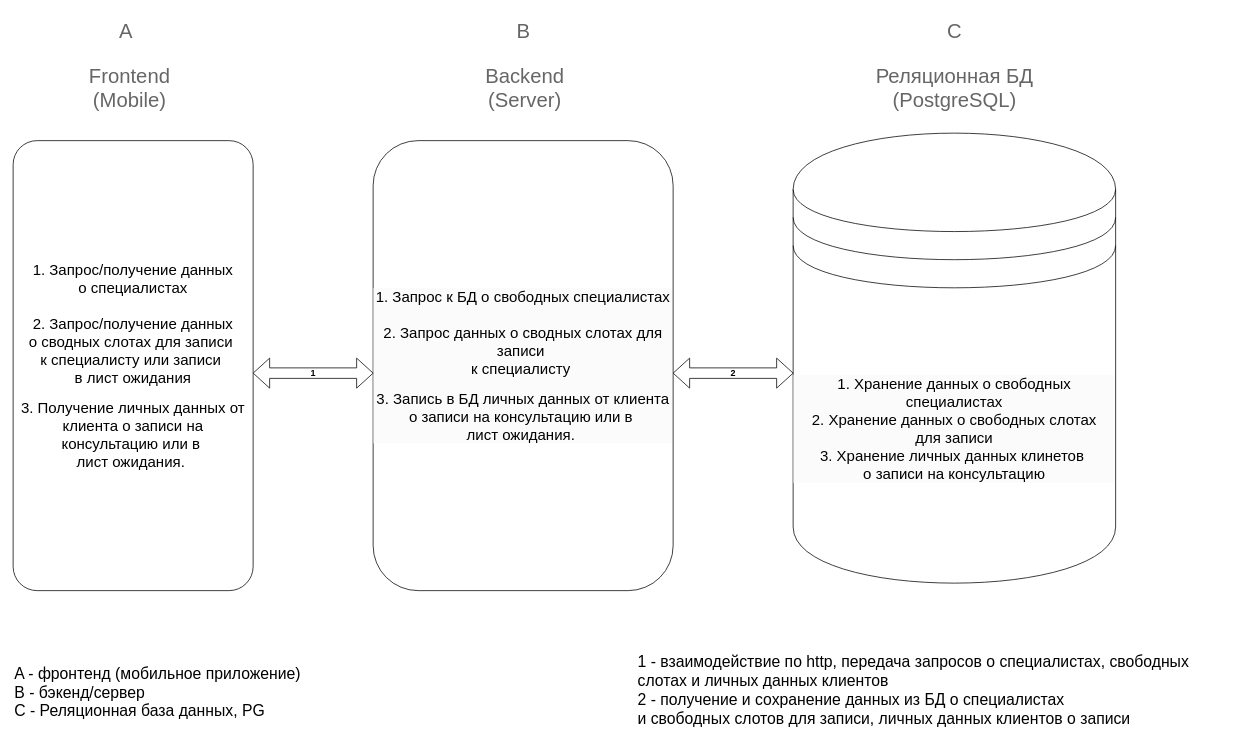
Earlier version of the draw.io diagram Polikarpov_Denis/Архитектура.drawio (abdullahproff/BSA21_1). Source tidied: cells renumbered, new cells numbered last; positions are measured from the earlier drawing's top-left corner, leaving out a move shared by most shapes. Both pictures are drawn from the tidied source at 75%, with x=0, y=0 at pixel (13, 13).
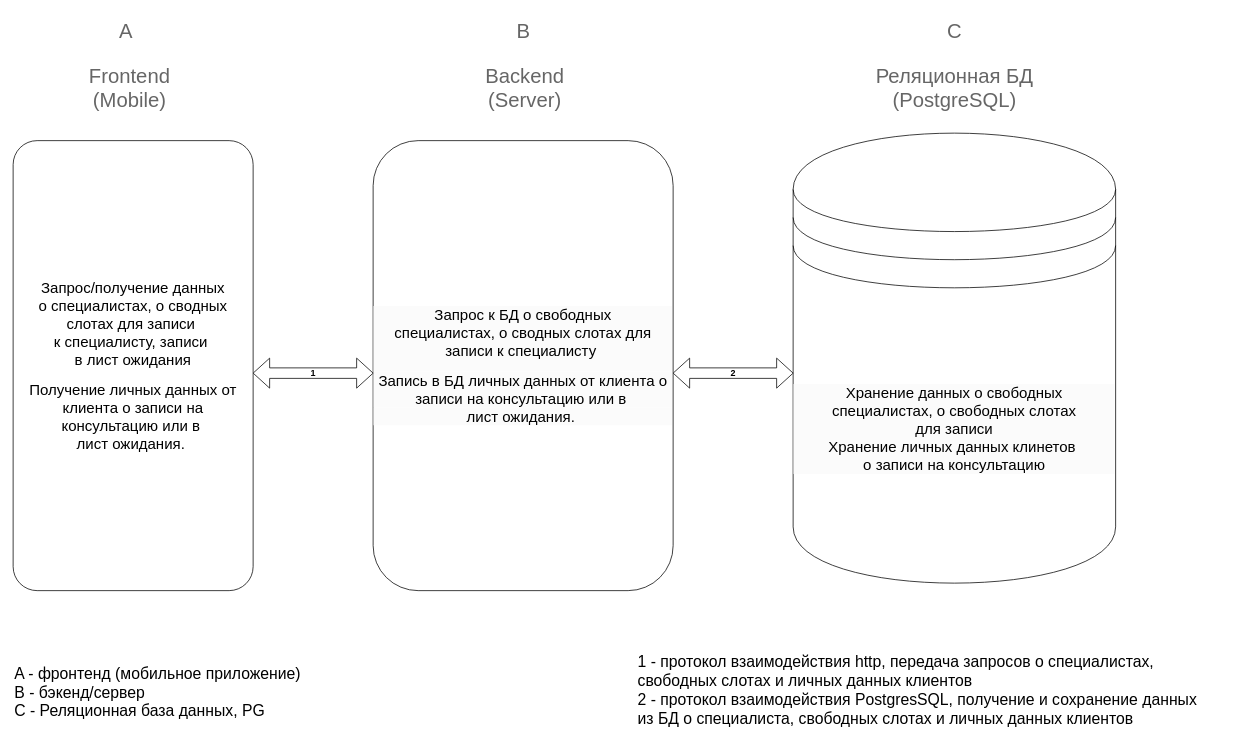
The same page after the edit.

Change to the diagram source:
```diff
@@
 <mxGraphModel>
   <root>
     <mxCell id="0" />
     <mxCell id="1" parent="0" />
-    <mxCell id="2" value="&lt;div&gt;&lt;font style=&quot;font-size: 20px;&quot;&gt;1. Запрос/получение данных&lt;/font&gt;&lt;/div&gt;&lt;div&gt;&lt;font style=&quot;font-size: 20px;&quot;&gt;о специалистах&lt;/font&gt;&lt;/div&gt;&lt;div&gt;&lt;font style=&quot;font-size: 20px;&quot;&gt;&lt;br&gt;&lt;/font&gt;&lt;/div&gt;&lt;div&gt;&lt;font style=&quot;font-size: 20px;&quot;&gt;2. Запрос/получение данных&lt;/font&gt;&lt;/div&gt;&lt;div&gt;&lt;font style=&quot;font-size: 20px;&quot;&gt;о сводных слотах для записи&amp;nbsp;&lt;/font&gt;&lt;/div&gt;&lt;div&gt;&lt;font style=&quot;font-size: 20px;&quot;&gt;к специалисту или записи&amp;nbsp;&lt;/font&gt;&lt;/div&gt;&lt;div&gt;&lt;span style=&quot;font-size: 20px; background-color: initial;&quot;&gt;в лист ожидания&lt;/span&gt;&lt;/div&gt;&lt;div&gt;&lt;br&gt;&lt;/div&gt;&lt;div&gt;&lt;font style=&quot;font-size: 20px;&quot;&gt;3. Получение личных данных от клиента о записи на консультацию или в&amp;nbsp;&lt;/font&gt;&lt;/div&gt;&lt;div&gt;&lt;font style=&quot;font-size: 20px;&quot;&gt;лист ожидания.&amp;nbsp;&lt;/font&gt;&lt;/div&gt;" style="rounded=1;whiteSpace=wrap;html=1;arcSize=10;" parent="1" vertex="1">
+    <mxCell id="2" value="&lt;div&gt;&lt;font style=&quot;font-size: 20px;&quot;&gt;Запрос/получение данных&lt;/font&gt;&lt;/div&gt;&lt;div&gt;&lt;font style=&quot;font-size: 20px;&quot;&gt;о специалистах,&amp;nbsp;&lt;/font&gt;&lt;span style=&quot;background-color: initial; font-size: 20px;&quot;&gt;о сводных слотах для записи&amp;nbsp;&lt;/span&gt;&lt;/div&gt;&lt;div&gt;&lt;font style=&quot;font-size: 20px;&quot;&gt;к специалисту, записи&amp;nbsp;&lt;/font&gt;&lt;/div&gt;&lt;div&gt;&lt;span style=&quot;font-size: 20px; background-color: initial;&quot;&gt;в лист ожидания&lt;/span&gt;&lt;/div&gt;&lt;div&gt;&lt;br&gt;&lt;/div&gt;&lt;div&gt;&lt;font style=&quot;font-size: 20px;&quot;&gt;Получение личных данных от клиента о записи на консультацию или в&amp;nbsp;&lt;/font&gt;&lt;/div&gt;&lt;div&gt;&lt;font style=&quot;font-size: 20px;&quot;&gt;лист ожидания.&amp;nbsp;&lt;/font&gt;&lt;/div&gt;" style="rounded=1;whiteSpace=wrap;html=1;arcSize=10;" parent="1" vertex="1">
       <mxGeometry y="170" width="320" height="600" as="geometry" />
     </mxCell>
-    <mxCell id="3" value="&lt;br&gt;&lt;div style=&quot;forced-color-adjust: none; color: rgb(0, 0, 0); font-family: Helvetica; font-size: 12px; font-style: normal; font-variant-ligatures: normal; font-variant-caps: normal; font-weight: 400; letter-spacing: normal; orphans: 2; text-align: center; text-indent: 0px; text-transform: none; widows: 2; word-spacing: 0px; -webkit-text-stroke-width: 0px; white-space: normal; background-color: rgb(251, 251, 251); text-decoration-thickness: initial; text-decoration-style: initial; text-decoration-color: initial;&quot;&gt;&lt;font style=&quot;forced-color-adjust: none; font-size: 20px;&quot;&gt;1. Запрос к БД о свободных специалистах&lt;/font&gt;&lt;/div&gt;&lt;div style=&quot;forced-color-adjust: none; color: rgb(0, 0, 0); font-family: Helvetica; font-size: 12px; font-style: normal; font-variant-ligatures: normal; font-variant-caps: normal; font-weight: 400; letter-spacing: normal; orphans: 2; text-align: center; text-indent: 0px; text-transform: none; widows: 2; word-spacing: 0px; -webkit-text-stroke-width: 0px; white-space: normal; background-color: rgb(251, 251, 251); text-decoration-thickness: initial; text-decoration-style: initial; text-decoration-color: initial;&quot;&gt;&lt;font style=&quot;forced-color-adjust: none; font-size: 20px;&quot;&gt;&lt;br&gt;&lt;/font&gt;&lt;/div&gt;&lt;div style=&quot;forced-color-adjust: none; color: rgb(0, 0, 0); font-family: Helvetica; font-size: 12px; font-style: normal; font-variant-ligatures: normal; font-variant-caps: normal; font-weight: 400; letter-spacing: normal; orphans: 2; text-align: center; text-indent: 0px; text-transform: none; widows: 2; word-spacing: 0px; -webkit-text-stroke-width: 0px; white-space: normal; background-color: rgb(251, 251, 251); text-decoration-thickness: initial; text-decoration-style: initial; text-decoration-color: initial;&quot;&gt;&lt;font style=&quot;forced-color-adjust: none; font-size: 20px;&quot;&gt;2. Запрос данных о&lt;/font&gt;&lt;span style=&quot;font-size: 20px;&quot;&gt;&amp;nbsp;сводных слотах для записи&amp;nbsp;&lt;/span&gt;&lt;/div&gt;&lt;div style=&quot;forced-color-adjust: none; color: rgb(0, 0, 0); font-family: Helvetica; font-size: 12px; font-style: normal; font-variant-ligatures: normal; font-variant-caps: normal; font-weight: 400; letter-spacing: normal; orphans: 2; text-align: center; text-indent: 0px; text-transform: none; widows: 2; word-spacing: 0px; -webkit-text-stroke-width: 0px; white-space: normal; background-color: rgb(251, 251, 251); text-decoration-thickness: initial; text-decoration-style: initial; text-decoration-color: initial;&quot;&gt;&lt;font style=&quot;forced-color-adjust: none; font-size: 20px;&quot;&gt;к специалисту&amp;nbsp;&lt;/font&gt;&lt;/div&gt;&lt;div style=&quot;forced-color-adjust: none; color: rgb(0, 0, 0); font-family: Helvetica; font-size: 12px; font-style: normal; font-variant-ligatures: normal; font-variant-caps: normal; font-weight: 400; letter-spacing: normal; orphans: 2; text-align: center; text-indent: 0px; text-transform: none; widows: 2; word-spacing: 0px; -webkit-text-stroke-width: 0px; white-space: normal; background-color: rgb(251, 251, 251); text-decoration-thickness: initial; text-decoration-style: initial; text-decoration-color: initial;&quot;&gt;&lt;br style=&quot;forced-color-adjust: none;&quot;&gt;&lt;/div&gt;&lt;div style=&quot;forced-color-adjust: none; color: rgb(0, 0, 0); font-family: Helvetica; font-size: 12px; font-style: normal; font-variant-ligatures: normal; font-variant-caps: normal; font-weight: 400; letter-spacing: normal; orphans: 2; text-align: center; text-indent: 0px; text-transform: none; widows: 2; word-spacing: 0px; -webkit-text-stroke-width: 0px; white-space: normal; background-color: rgb(251, 251, 251); text-decoration-thickness: initial; text-decoration-style: initial; text-decoration-color: initial;&quot;&gt;&lt;font style=&quot;forced-color-adjust: none; font-size: 20px;&quot;&gt;3. Запись в БД личных данных от клиента о записи на консультацию или в&amp;nbsp;&lt;/font&gt;&lt;/div&gt;&lt;div style=&quot;forced-color-adjust: none; color: rgb(0, 0, 0); font-family: Helvetica; font-size: 12px; font-style: normal; font-variant-ligatures: normal; font-variant-caps: normal; font-weight: 400; letter-spacing: normal; orphans: 2; text-align: center; text-indent: 0px; text-transform: none; widows: 2; word-spacing: 0px; -webkit-text-stroke-width: 0px; white-space: normal; background-color: rgb(251, 251, 251); text-decoration-thickness: initial; text-decoration-style: initial; text-decoration-color: initial;&quot;&gt;&lt;font style=&quot;forced-color-adjust: none; font-size: 20px;&quot;&gt;лист ожидания.&amp;nbsp;&lt;/font&gt;&lt;/div&gt;&lt;div&gt;&lt;br/&gt;&lt;/div&gt;" style="rounded=1;whiteSpace=wrap;html=1;align=center;" parent="1" vertex="1">
+    <mxCell id="3" value="&lt;br&gt;&lt;div style=&quot;forced-color-adjust: none; color: rgb(0, 0, 0); font-family: Helvetica; font-size: 12px; font-style: normal; font-variant-ligatures: normal; font-variant-caps: normal; font-weight: 400; letter-spacing: normal; orphans: 2; text-align: center; text-indent: 0px; text-transform: none; widows: 2; word-spacing: 0px; -webkit-text-stroke-width: 0px; white-space: normal; background-color: rgb(251, 251, 251); text-decoration-thickness: initial; text-decoration-style: initial; text-decoration-color: initial;&quot;&gt;&lt;font style=&quot;forced-color-adjust: none; font-size: 20px;&quot;&gt;Запрос к БД о свободных специалистах,&amp;nbsp;&lt;/font&gt;&lt;font style=&quot;font-size: 20px;&quot;&gt;о&lt;/font&gt;&lt;span style=&quot;font-size: 20px;&quot;&gt;&amp;nbsp;сводных слотах для записи&amp;nbsp;&lt;/span&gt;&lt;span style=&quot;font-size: 20px;&quot;&gt;к специалисту&amp;nbsp;&lt;/span&gt;&lt;/div&gt;&lt;div style=&quot;forced-color-adjust: none; color: rgb(0, 0, 0); font-family: Helvetica; font-size: 12px; font-style: normal; font-variant-ligatures: normal; font-variant-caps: normal; font-weight: 400; letter-spacing: normal; orphans: 2; text-align: center; text-indent: 0px; text-transform: none; widows: 2; word-spacing: 0px; -webkit-text-stroke-width: 0px; white-space: normal; background-color: rgb(251, 251, 251); text-decoration-thickness: initial; text-decoration-style: initial; text-decoration-color: initial;&quot;&gt;&lt;br style=&quot;forced-color-adjust: none;&quot;&gt;&lt;/div&gt;&lt;div style=&quot;forced-color-adjust: none; color: rgb(0, 0, 0); font-family: Helvetica; font-size: 12px; font-style: normal; font-variant-ligatures: normal; font-variant-caps: normal; font-weight: 400; letter-spacing: normal; orphans: 2; text-align: center; text-indent: 0px; text-transform: none; widows: 2; word-spacing: 0px; -webkit-text-stroke-width: 0px; white-space: normal; background-color: rgb(251, 251, 251); text-decoration-thickness: initial; text-decoration-style: initial; text-decoration-color: initial;&quot;&gt;&lt;font style=&quot;forced-color-adjust: none; font-size: 20px;&quot;&gt;Запись в БД личных данных от клиента о записи на консультацию или в&amp;nbsp;&lt;/font&gt;&lt;/div&gt;&lt;div style=&quot;forced-color-adjust: none; color: rgb(0, 0, 0); font-family: Helvetica; font-size: 12px; font-style: normal; font-variant-ligatures: normal; font-variant-caps: normal; font-weight: 400; letter-spacing: normal; orphans: 2; text-align: center; text-indent: 0px; text-transform: none; widows: 2; word-spacing: 0px; -webkit-text-stroke-width: 0px; white-space: normal; background-color: rgb(251, 251, 251); text-decoration-thickness: initial; text-decoration-style: initial; text-decoration-color: initial;&quot;&gt;&lt;font style=&quot;forced-color-adjust: none; font-size: 20px;&quot;&gt;лист ожидания.&amp;nbsp;&lt;/font&gt;&lt;/div&gt;&lt;div&gt;&lt;br&gt;&lt;/div&gt;" style="rounded=1;whiteSpace=wrap;html=1;align=center;" parent="1" vertex="1">
       <mxGeometry x="480" y="170" width="400" height="600" as="geometry" />
     </mxCell>
-    <mxCell id="4" value="&lt;br&gt;&lt;div style=&quot;forced-color-adjust: none; color: rgb(0, 0, 0); font-family: Helvetica; font-style: normal; font-variant-ligatures: normal; font-variant-caps: normal; font-weight: 400; letter-spacing: normal; orphans: 2; text-align: center; text-indent: 0px; text-transform: none; widows: 2; word-spacing: 0px; -webkit-text-stroke-width: 0px; white-space: normal; text-decoration-thickness: initial; text-decoration-style: initial; text-decoration-color: initial; background-color: rgb(251, 251, 251);&quot;&gt;&lt;span style=&quot;font-size: 20px;&quot;&gt;1. Хранение данных о свободных специалистах&lt;/span&gt;&lt;/div&gt;&lt;div style=&quot;forced-color-adjust: none; color: rgb(0, 0, 0); font-family: Helvetica; font-style: normal; font-variant-ligatures: normal; font-variant-caps: normal; font-weight: 400; letter-spacing: normal; orphans: 2; text-align: center; text-indent: 0px; text-transform: none; widows: 2; word-spacing: 0px; -webkit-text-stroke-width: 0px; white-space: normal; text-decoration-thickness: initial; text-decoration-style: initial; text-decoration-color: initial; background-color: rgb(251, 251, 251);&quot;&gt;&lt;span style=&quot;font-size: 20px;&quot;&gt;2. Хранение данных о свободных слотах&lt;/span&gt;&lt;/div&gt;&lt;div style=&quot;forced-color-adjust: none; color: rgb(0, 0, 0); font-family: Helvetica; font-style: normal; font-variant-ligatures: normal; font-variant-caps: normal; font-weight: 400; letter-spacing: normal; orphans: 2; text-align: center; text-indent: 0px; text-transform: none; widows: 2; word-spacing: 0px; -webkit-text-stroke-width: 0px; white-space: normal; text-decoration-thickness: initial; text-decoration-style: initial; text-decoration-color: initial; background-color: rgb(251, 251, 251);&quot;&gt;&lt;span style=&quot;font-size: 20px;&quot;&gt;для записи&lt;/span&gt;&lt;/div&gt;&lt;div style=&quot;forced-color-adjust: none; color: rgb(0, 0, 0); font-family: Helvetica; font-style: normal; font-variant-ligatures: normal; font-variant-caps: normal; font-weight: 400; letter-spacing: normal; orphans: 2; text-align: center; text-indent: 0px; text-transform: none; widows: 2; word-spacing: 0px; -webkit-text-stroke-width: 0px; white-space: normal; text-decoration-thickness: initial; text-decoration-style: initial; text-decoration-color: initial; background-color: rgb(251, 251, 251);&quot;&gt;&lt;span style=&quot;font-size: 20px;&quot;&gt;3. Хранение личных данных клинетов&amp;nbsp;&lt;/span&gt;&lt;/div&gt;&lt;div style=&quot;forced-color-adjust: none; color: rgb(0, 0, 0); font-family: Helvetica; font-style: normal; font-variant-ligatures: normal; font-variant-caps: normal; font-weight: 400; letter-spacing: normal; orphans: 2; text-align: center; text-indent: 0px; text-transform: none; widows: 2; word-spacing: 0px; -webkit-text-stroke-width: 0px; white-space: normal; text-decoration-thickness: initial; text-decoration-style: initial; text-decoration-color: initial; background-color: rgb(251, 251, 251);&quot;&gt;&lt;span style=&quot;font-size: 20px;&quot;&gt;о записи на консультацию&lt;/span&gt;&lt;/div&gt;&lt;div&gt;&lt;br/&gt;&lt;/div&gt;" style="shape=datastore;whiteSpace=wrap;html=1;" parent="1" vertex="1">
+    <mxCell id="4" value="&lt;br&gt;&lt;div style=&quot;forced-color-adjust: none; color: rgb(0, 0, 0); font-family: Helvetica; font-style: normal; font-variant-ligatures: normal; font-variant-caps: normal; font-weight: 400; letter-spacing: normal; orphans: 2; text-align: center; text-indent: 0px; text-transform: none; widows: 2; word-spacing: 0px; -webkit-text-stroke-width: 0px; white-space: normal; text-decoration-thickness: initial; text-decoration-style: initial; text-decoration-color: initial; background-color: rgb(251, 251, 251);&quot;&gt;&lt;span style=&quot;font-size: 20px;&quot;&gt;Хранение данных о свободных специалистах,&lt;/span&gt;&lt;span style=&quot;font-size: 20px;&quot;&gt;&amp;nbsp;о свободных слотах&lt;/span&gt;&lt;/div&gt;&lt;div style=&quot;forced-color-adjust: none; color: rgb(0, 0, 0); font-family: Helvetica; font-style: normal; font-variant-ligatures: normal; font-variant-caps: normal; font-weight: 400; letter-spacing: normal; orphans: 2; text-align: center; text-indent: 0px; text-transform: none; widows: 2; word-spacing: 0px; -webkit-text-stroke-width: 0px; white-space: normal; text-decoration-thickness: initial; text-decoration-style: initial; text-decoration-color: initial; background-color: rgb(251, 251, 251);&quot;&gt;&lt;span style=&quot;font-size: 20px;&quot;&gt;для записи&lt;/span&gt;&lt;/div&gt;&lt;div style=&quot;forced-color-adjust: none; color: rgb(0, 0, 0); font-family: Helvetica; font-style: normal; font-variant-ligatures: normal; font-variant-caps: normal; font-weight: 400; letter-spacing: normal; orphans: 2; text-align: center; text-indent: 0px; text-transform: none; widows: 2; word-spacing: 0px; -webkit-text-stroke-width: 0px; white-space: normal; text-decoration-thickness: initial; text-decoration-style: initial; text-decoration-color: initial; background-color: rgb(251, 251, 251);&quot;&gt;&lt;span style=&quot;font-size: 20px;&quot;&gt;Хранение личных данных клинетов&amp;nbsp;&lt;/span&gt;&lt;/div&gt;&lt;div style=&quot;forced-color-adjust: none; color: rgb(0, 0, 0); font-family: Helvetica; font-style: normal; font-variant-ligatures: normal; font-variant-caps: normal; font-weight: 400; letter-spacing: normal; orphans: 2; text-align: center; text-indent: 0px; text-transform: none; widows: 2; word-spacing: 0px; -webkit-text-stroke-width: 0px; white-space: normal; text-decoration-thickness: initial; text-decoration-style: initial; text-decoration-color: initial; background-color: rgb(251, 251, 251);&quot;&gt;&lt;span style=&quot;font-size: 20px;&quot;&gt;о записи на консультацию&lt;/span&gt;&lt;/div&gt;&lt;div&gt;&lt;br&gt;&lt;/div&gt;" style="shape=datastore;whiteSpace=wrap;html=1;" parent="1" vertex="1">
       <mxGeometry x="1040" y="160" width="430" height="600" as="geometry" />
     </mxCell>
     <mxCell id="5" value="&lt;font color=&quot;#666666&quot; style=&quot;font-size: 27px;&quot;&gt;Frontend&lt;/font&gt;&lt;div style=&quot;font-size: 27px;&quot;&gt;&lt;font color=&quot;#666666&quot; style=&quot;font-size: 27px;&quot;&gt;(Mobile)&lt;/font&gt;&lt;/div&gt;" style="text;html=1;align=center;verticalAlign=middle;strokeColor=none;fillColor=none;" parent="1" vertex="1">
       <mxGeometry x="90" y="60" width="130" height="80" as="geometry" />
     </mxCell>
     <mxCell id="6" value="&lt;font color=&quot;#666666&quot;&gt;&lt;span style=&quot;font-size: 27px;&quot;&gt;Backend&lt;/span&gt;&lt;/font&gt;&lt;br&gt;&lt;div style=&quot;font-size: 27px;&quot;&gt;&lt;font color=&quot;#666666&quot; style=&quot;font-size: 27px;&quot;&gt;(Server)&lt;/font&gt;&lt;/div&gt;" style="text;html=1;align=center;verticalAlign=middle;strokeColor=none;fillColor=none;" parent="1" vertex="1">
       <mxGeometry x="617" y="60" width="130" height="80" as="geometry" />
     </mxCell>
     <mxCell id="7" value="&lt;font color=&quot;#666666&quot;&gt;&lt;span style=&quot;font-size: 27px;&quot;&gt;Реляционная БД&lt;/span&gt;&lt;/font&gt;&lt;div&gt;&lt;font color=&quot;#666666&quot;&gt;&lt;span style=&quot;font-size: 27px;&quot;&gt;(PostgreSQL)&lt;/span&gt;&lt;/font&gt;&lt;/div&gt;" style="text;html=1;align=center;verticalAlign=middle;strokeColor=none;fillColor=none;" parent="1" vertex="1">
       <mxGeometry x="1135" y="60" width="240" height="80" as="geometry" />
     </mxCell>
     <mxCell id="8" value="&lt;font color=&quot;#666666&quot;&gt;&lt;span style=&quot;font-size: 27px;&quot;&gt;A&lt;/span&gt;&lt;/font&gt;" style="text;html=1;align=center;verticalAlign=middle;strokeColor=none;fillColor=none;" parent="1" vertex="1">
       <mxGeometry x="130" width="40" height="50" as="geometry" />
     </mxCell>
     <mxCell id="9" value="&lt;font color=&quot;#666666&quot;&gt;&lt;span style=&quot;font-size: 27px;&quot;&gt;B&lt;/span&gt;&lt;/font&gt;" style="text;html=1;align=center;verticalAlign=middle;strokeColor=none;fillColor=none;" parent="1" vertex="1">
       <mxGeometry x="660" width="40" height="50" as="geometry" />
     </mxCell>
     <mxCell id="10" value="&lt;font color=&quot;#666666&quot;&gt;&lt;span style=&quot;font-size: 27px;&quot;&gt;C&lt;/span&gt;&lt;/font&gt;" style="text;html=1;align=center;verticalAlign=middle;strokeColor=none;fillColor=none;" parent="1" vertex="1">
       <mxGeometry x="1235" width="40" height="50" as="geometry" />
     </mxCell>
     <mxCell id="11" value="1" style="html=1;shadow=0;dashed=0;align=center;verticalAlign=middle;shape=mxgraph.arrows2.twoWayArrow;dy=0.65;dx=22;fontStyle=1;" parent="1" vertex="1">
       <mxGeometry x="320" y="460" width="160" height="40" as="geometry" />
     </mxCell>
     <mxCell id="12" value="2" style="html=1;shadow=0;dashed=0;align=center;verticalAlign=middle;shape=mxgraph.arrows2.twoWayArrow;dy=0.65;dx=22;fontStyle=1;" parent="1" vertex="1">
       <mxGeometry x="880" y="460" width="160" height="40" as="geometry" />
     </mxCell>
     <mxCell id="13" value="&lt;font style=&quot;font-size: 21px;&quot;&gt;A - фронтенд (мобильное приложение)&lt;/font&gt;&lt;div style=&quot;font-size: 21px;&quot;&gt;&lt;font style=&quot;font-size: 21px;&quot;&gt;B - бэкенд/сервер&lt;/font&gt;&lt;/div&gt;&lt;div style=&quot;font-size: 21px;&quot;&gt;&lt;font style=&quot;font-size: 21px;&quot;&gt;C - Реляционная база данных, PG&lt;/font&gt;&lt;/div&gt;" style="text;html=1;align=left;verticalAlign=middle;strokeColor=none;fillColor=none;" parent="1" vertex="1">
       <mxGeometry y="860" width="410" height="90" as="geometry" />
     </mxCell>
-    <mxCell id="14" value="&lt;br&gt;&lt;div&gt;&lt;span style=&quot;font-size: 21px;&quot;&gt;1 - взаимодействие по http, передача запросов о специалистах, свободных&amp;nbsp;&lt;/span&gt;&lt;br&gt;&lt;/div&gt;&lt;div&gt;&lt;span style=&quot;font-size: 21px;&quot;&gt;слотах и личных данных клиентов&lt;/span&gt;&lt;/div&gt;&lt;div&gt;&lt;span style=&quot;font-size: 21px;&quot;&gt;2 - получение и сохранение данных из БД о специалистах&lt;/span&gt;&lt;span style=&quot;font-size: 21px;&quot;&gt;&lt;br&gt;&lt;/span&gt;&lt;/div&gt;&lt;div&gt;&lt;span style=&quot;font-size: 21px;&quot;&gt;и свободных слотов для записи, личных данных клиентов о записи&lt;/span&gt;&lt;/div&gt;" style="text;html=1;align=left;verticalAlign=middle;strokeColor=none;fillColor=none;" parent="1" vertex="1">
-      <mxGeometry x="831" y="830" width="760" height="130" as="geometry" />
+    <mxCell id="14" value="&lt;br&gt;&lt;div&gt;&lt;span style=&quot;font-size: 21px;&quot;&gt;1 - протокол взаимодействия http, передача запросов о специалистах,&amp;nbsp;&lt;/span&gt;&lt;/div&gt;&lt;div&gt;&lt;span style=&quot;font-size: 21px;&quot;&gt;свободных слотах и личных данных клиентов&lt;/span&gt;&lt;/div&gt;&lt;div&gt;&lt;span style=&quot;font-size: 21px;&quot;&gt;2 - протокол взаимодействия PostgresSQL, получение и сохранение данных&amp;nbsp;&lt;/span&gt;&lt;/div&gt;&lt;div&gt;&lt;span style=&quot;font-size: 21px;&quot;&gt;из БД о специалиста, свободных слотах и личных данных клиентов&lt;/span&gt;&lt;/div&gt;" style="text;html=1;align=left;verticalAlign=middle;strokeColor=none;fillColor=none;" parent="1" vertex="1">
+      <mxGeometry x="831" y="830" width="780" height="130" as="geometry" />
     </mxCell>
   </root>
 </mxGraphModel>
```
